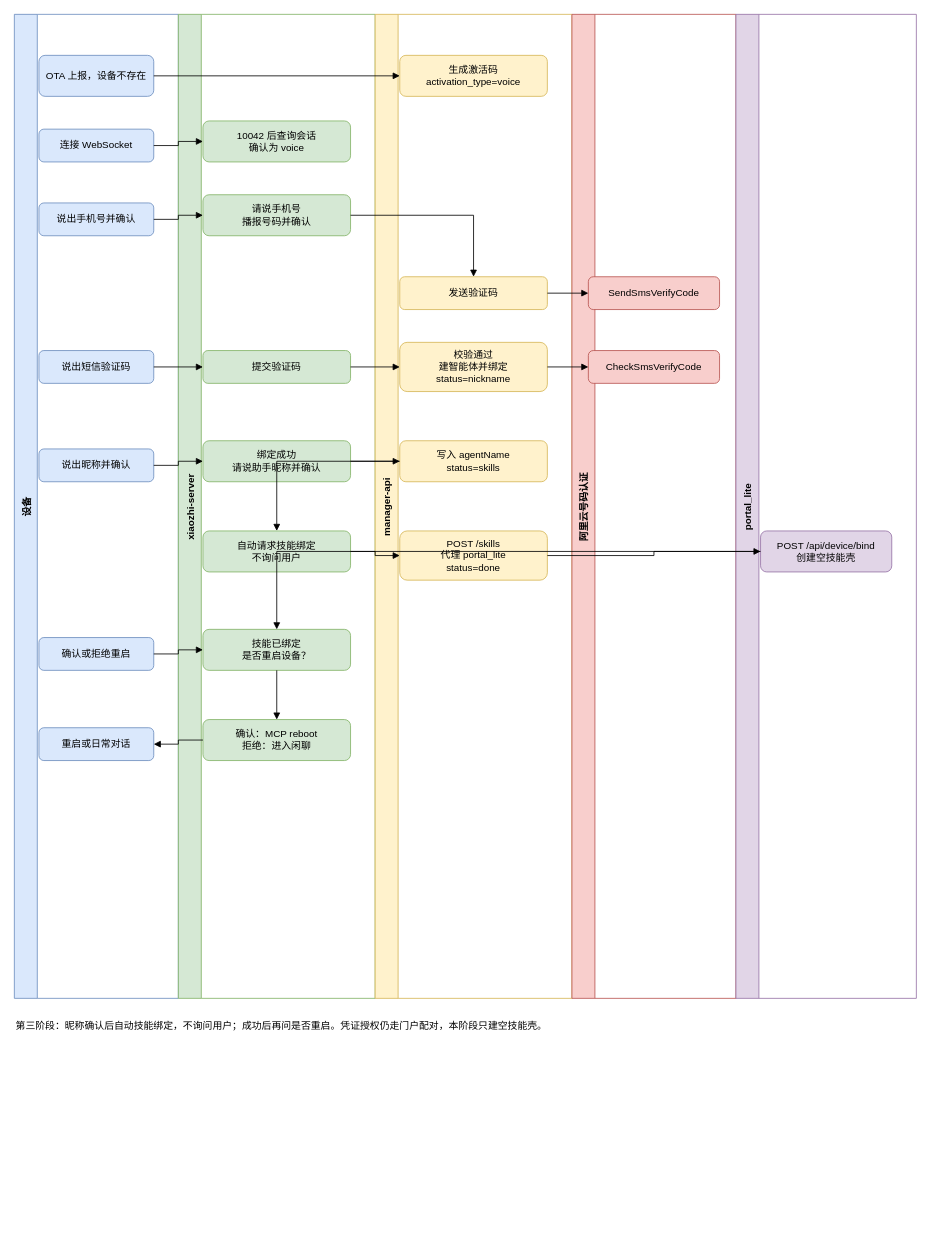
The draw.io diagram docs/architecture/voice-activation.drawio in ElvisWangTech/xiaozhi-esp32-server, before the edit. Source tidied: cells renumbered, new cells numbered last; positions are measured from the earlier drawing's top-left corner, leaving out a move shared by most shapes. Both pictures are drawn from the tidied source at 82%, with x=0, y=0 at pixel (14, 14).
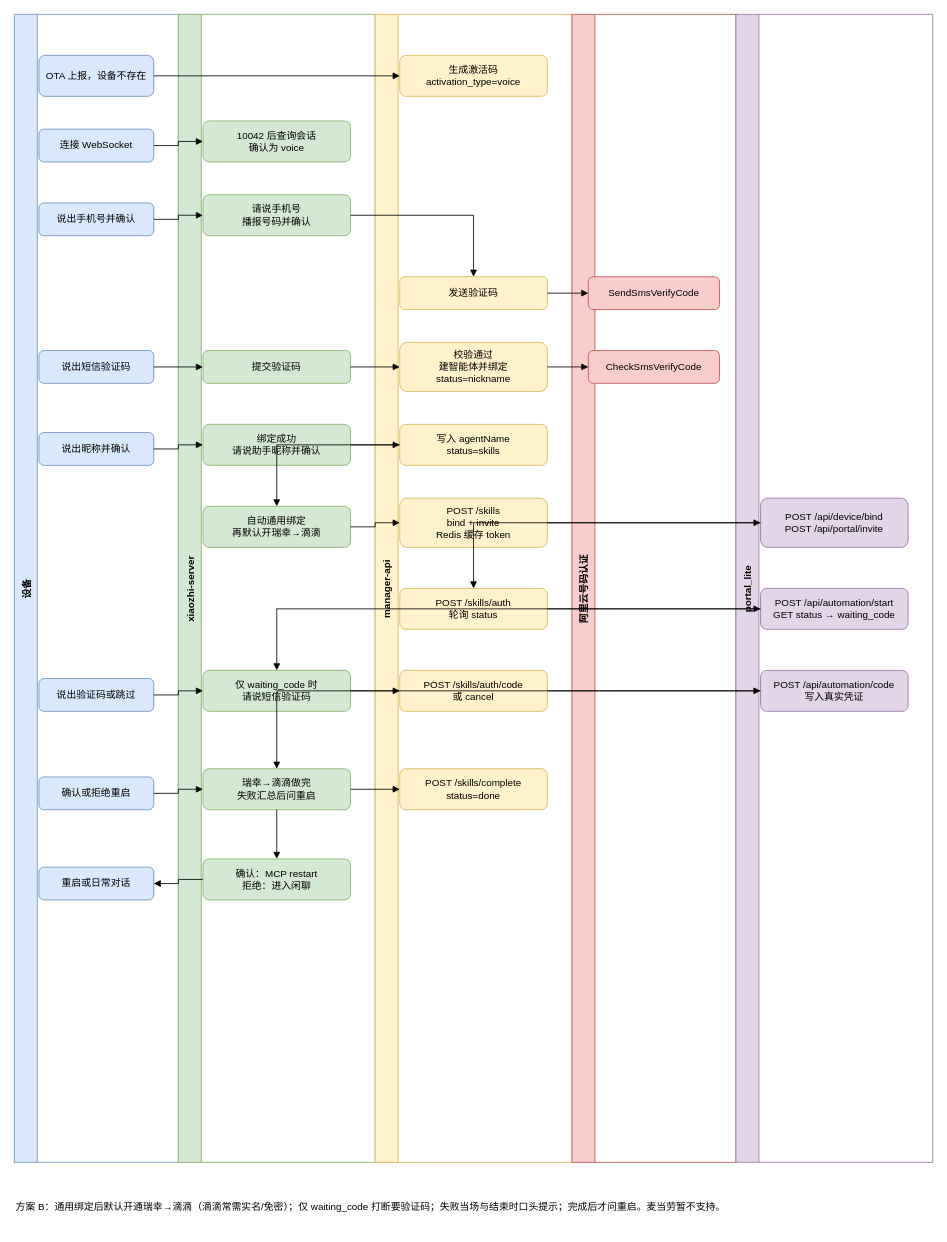
Above is the later version.

Diff of the diagram source:
```diff
@@
     <mxCell id="2" value="设备" style="swimlane;horizontal=0;startSize=28;fillColor=#dae8fc;strokeColor=#6c8ebf;fontStyle=1;" parent="1" vertex="1">
-      <mxGeometry width="200" height="1200" as="geometry" />
+      <mxGeometry width="200" height="1400" as="geometry" />
     </mxCell>
     <mxCell id="3" value="xiaozhi-server" style="swimlane;horizontal=0;startSize=28;fillColor=#d5e8d4;strokeColor=#82b366;fontStyle=1;" parent="1" vertex="1">
-      <mxGeometry x="200" width="240" height="1200" as="geometry" />
+      <mxGeometry x="200" width="240" height="1400" as="geometry" />
     </mxCell>
     <mxCell id="4" value="manager-api" style="swimlane;horizontal=0;startSize=28;fillColor=#fff2cc;strokeColor=#d6b656;fontStyle=1;" parent="1" vertex="1">
-      <mxGeometry x="440" width="240" height="1200" as="geometry" />
+      <mxGeometry x="440" width="240" height="1400" as="geometry" />
     </mxCell>
     <mxCell id="5" value="阿里云号码认证" style="swimlane;horizontal=0;startSize=28;fillColor=#f8cecc;strokeColor=#b85450;fontStyle=1;" parent="1" vertex="1">
-      <mxGeometry x="680" width="200" height="1200" as="geometry" />
+      <mxGeometry x="680" width="200" height="1400" as="geometry" />
     </mxCell>
     <mxCell id="6" value="portal_lite" style="swimlane;horizontal=0;startSize=28;fillColor=#e1d5e7;strokeColor=#9673a6;fontStyle=1;" parent="1" vertex="1">
-      <mxGeometry x="880" width="220" height="1200" as="geometry" />
+      <mxGeometry x="880" width="240" height="1400" as="geometry" />
     </mxCell>
@@
     <mxCell id="27" value="绑定成功&#10;请说助手昵称并确认" style="rounded=1;whiteSpace=wrap;html=1;fillColor=#d5e8d4;strokeColor=#82b366;" parent="3" vertex="1">
-      <mxGeometry x="30" y="520" width="180" height="50" as="geometry" />
+      <mxGeometry x="30" y="500" width="180" height="50" as="geometry" />
     </mxCell>
     <mxCell id="28" value="说出昵称并确认" style="rounded=1;whiteSpace=wrap;html=1;fillColor=#dae8fc;strokeColor=#6c8ebf;" parent="2" vertex="1">
-      <mxGeometry x="30" y="530" width="140" height="40" as="geometry" />
+      <mxGeometry x="30" y="510" width="140" height="40" as="geometry" />
     </mxCell>
     <mxCell id="29" value="写入 agentName&#10;status=skills" style="rounded=1;whiteSpace=wrap;html=1;fillColor=#fff2cc;strokeColor=#d6b656;" parent="4" vertex="1">
-      <mxGeometry x="30" y="520" width="180" height="50" as="geometry" />
+      <mxGeometry x="30" y="500" width="180" height="50" as="geometry" />
     </mxCell>
@@
-    <mxCell id="32" value="自动请求技能绑定&#10;不询问用户" style="rounded=1;whiteSpace=wrap;html=1;fillColor=#d5e8d4;strokeColor=#82b366;" parent="3" vertex="1">
-      <mxGeometry x="30" y="630" width="180" height="50" as="geometry" />
+    <mxCell id="32" value="自动通用绑定&#10;再默认开瑞幸→滴滴" style="rounded=1;whiteSpace=wrap;html=1;fillColor=#d5e8d4;strokeColor=#82b366;" parent="3" vertex="1">
+      <mxGeometry x="30" y="600" width="180" height="50" as="geometry" />
     </mxCell>
-    <mxCell id="33" value="POST /skills&#10;代理 portal_lite&#10;status=done" style="rounded=1;whiteSpace=wrap;html=1;fillColor=#fff2cc;strokeColor=#d6b656;" parent="4" vertex="1">
-      <mxGeometry x="30" y="630" width="180" height="60" as="geometry" />
+    <mxCell id="33" value="POST /skills&#10;bind + invite&#10;Redis 缓存 token" style="rounded=1;whiteSpace=wrap;html=1;fillColor=#fff2cc;strokeColor=#d6b656;" parent="4" vertex="1">
+      <mxGeometry x="30" y="590" width="180" height="60" as="geometry" />
     </mxCell>
-    <mxCell id="34" value="POST /api/device/bind&#10;创建空技能壳" style="rounded=1;whiteSpace=wrap;html=1;fillColor=#e1d5e7;strokeColor=#9673a6;" parent="6" vertex="1">
-      <mxGeometry x="30" y="630" width="160" height="50" as="geometry" />
+    <mxCell id="34" value="POST /api/device/bind&#10;POST /api/portal/invite" style="rounded=1;whiteSpace=wrap;html=1;fillColor=#e1d5e7;strokeColor=#9673a6;" parent="6" vertex="1">
+      <mxGeometry x="30" y="590" width="180" height="60" as="geometry" />
     </mxCell>
@@
+    <mxCell id="47" value="POST /skills/auth&#10;轮询 status" style="rounded=1;whiteSpace=wrap;html=1;fillColor=#fff2cc;strokeColor=#d6b656;" parent="4" vertex="1">
+      <mxGeometry x="30" y="700" width="180" height="50" as="geometry" />
+    </mxCell>
+    <mxCell id="48" value="POST /api/automation/start&#10;GET status → waiting_code" style="rounded=1;whiteSpace=wrap;html=1;fillColor=#e1d5e7;strokeColor=#9673a6;" parent="6" vertex="1">
+      <mxGeometry x="30" y="700" width="180" height="50" as="geometry" />
+    </mxCell>
+    <mxCell id="49" style="edgeStyle=orthogonalEdgeStyle;rounded=0;jettySize=auto;html=1;endArrow=block;" parent="1" edge="1" source="34" target="47">
+      <mxGeometry relative="1" as="geometry" />
+    </mxCell>
+    <mxCell id="50" style="edgeStyle=orthogonalEdgeStyle;rounded=0;jettySize=auto;html=1;endArrow=block;" parent="1" edge="1" source="47" target="48">
+      <mxGeometry relative="1" as="geometry" />
+    </mxCell>
+    <mxCell id="51" value="仅 waiting_code 时&#10;请说短信验证码" style="rounded=1;whiteSpace=wrap;html=1;fillColor=#d5e8d4;strokeColor=#82b366;" parent="3" vertex="1">
+      <mxGeometry x="30" y="800" width="180" height="50" as="geometry" />
+    </mxCell>
+    <mxCell id="52" value="说出验证码或跳过" style="rounded=1;whiteSpace=wrap;html=1;fillColor=#dae8fc;strokeColor=#6c8ebf;" parent="2" vertex="1">
+      <mxGeometry x="30" y="810" width="140" height="40" as="geometry" />
+    </mxCell>
+    <mxCell id="53" value="POST /skills/auth/code&#10;或 cancel" style="rounded=1;whiteSpace=wrap;html=1;fillColor=#fff2cc;strokeColor=#d6b656;" parent="4" vertex="1">
+      <mxGeometry x="30" y="800" width="180" height="50" as="geometry" />
+    </mxCell>
+    <mxCell id="54" value="POST /api/automation/code&#10;写入真实凭证" style="rounded=1;whiteSpace=wrap;html=1;fillColor=#e1d5e7;strokeColor=#9673a6;" parent="6" vertex="1">
+      <mxGeometry x="30" y="800" width="180" height="50" as="geometry" />
+    </mxCell>
+    <mxCell id="55" style="edgeStyle=orthogonalEdgeStyle;rounded=0;jettySize=auto;html=1;endArrow=block;" parent="1" edge="1" source="48" target="51">
+      <mxGeometry relative="1" as="geometry" />
+    </mxCell>
+    <mxCell id="56" style="edgeStyle=orthogonalEdgeStyle;rounded=0;jettySize=auto;html=1;endArrow=block;" parent="1" edge="1" source="52" target="51">
+      <mxGeometry relative="1" as="geometry" />
+    </mxCell>
+    <mxCell id="57" style="edgeStyle=orthogonalEdgeStyle;rounded=0;jettySize=auto;html=1;endArrow=block;" parent="1" edge="1" source="51" target="53">
+      <mxGeometry relative="1" as="geometry" />
+    </mxCell>
+    <mxCell id="58" style="edgeStyle=orthogonalEdgeStyle;rounded=0;jettySize=auto;html=1;endArrow=block;" parent="1" edge="1" source="53" target="54">
+      <mxGeometry relative="1" as="geometry" />
+    </mxCell>
-    <mxCell id="38" value="技能已绑定&#10;是否重启设备？" style="rounded=1;whiteSpace=wrap;html=1;fillColor=#d5e8d4;strokeColor=#82b366;" parent="3" vertex="1">
-      <mxGeometry x="30" y="750" width="180" height="50" as="geometry" />
+    <mxCell id="38" value="瑞幸→滴滴做完&#10;失败汇总后问重启" style="rounded=1;whiteSpace=wrap;html=1;fillColor=#d5e8d4;strokeColor=#82b366;" parent="3" vertex="1">
+      <mxGeometry x="30" y="920" width="180" height="50" as="geometry" />
     </mxCell>
     <mxCell id="39" value="确认或拒绝重启" style="rounded=1;whiteSpace=wrap;html=1;fillColor=#dae8fc;strokeColor=#6c8ebf;" parent="2" vertex="1">
-      <mxGeometry x="30" y="760" width="140" height="40" as="geometry" />
+      <mxGeometry x="30" y="930" width="140" height="40" as="geometry" />
     </mxCell>
+    <mxCell id="59" value="POST /skills/complete&#10;status=done" style="rounded=1;whiteSpace=wrap;html=1;fillColor=#fff2cc;strokeColor=#d6b656;" parent="4" vertex="1">
+      <mxGeometry x="30" y="920" width="180" height="50" as="geometry" />
+    </mxCell>
-    <mxCell id="40" style="edgeStyle=orthogonalEdgeStyle;rounded=0;jettySize=auto;html=1;endArrow=block;" parent="1" edge="1" source="34" target="38">
+    <mxCell id="40" style="edgeStyle=orthogonalEdgeStyle;rounded=0;jettySize=auto;html=1;endArrow=block;" parent="1" edge="1" source="54" target="38">
       <mxGeometry relative="1" as="geometry" />
     </mxCell>
+    <mxCell id="60" style="edgeStyle=orthogonalEdgeStyle;rounded=0;jettySize=auto;html=1;endArrow=block;" parent="1" edge="1" source="38" target="59">
+      <mxGeometry relative="1" as="geometry" />
+    </mxCell>
@@
-    <mxCell id="42" value="确认：MCP reboot&#10;拒绝：进入闲聊" style="rounded=1;whiteSpace=wrap;html=1;fillColor=#d5e8d4;strokeColor=#82b366;" parent="3" vertex="1">
-      <mxGeometry x="30" y="860" width="180" height="50" as="geometry" />
+    <mxCell id="42" value="确认：MCP restart&#10;拒绝：进入闲聊" style="rounded=1;whiteSpace=wrap;html=1;fillColor=#d5e8d4;strokeColor=#82b366;" parent="3" vertex="1">
+      <mxGeometry x="30" y="1030" width="180" height="50" as="geometry" />
     </mxCell>
     <mxCell id="43" value="重启或日常对话" style="rounded=1;whiteSpace=wrap;html=1;fillColor=#dae8fc;strokeColor=#6c8ebf;" parent="2" vertex="1">
-      <mxGeometry x="30" y="870" width="140" height="40" as="geometry" />
+      <mxGeometry x="30" y="1040" width="140" height="40" as="geometry" />
     </mxCell>
@@
-    <mxCell id="46" value="第三阶段：昵称确认后自动技能绑定，不询问用户；成功后再问是否重启。凭证授权仍走门户配对，本阶段只建空技能壳。" style="text;html=1;strokeColor=none;fillColor=none;align=left;verticalAlign=top;whiteSpace=wrap;rounded=0;" parent="1" vertex="1">
-      <mxGeometry y="1220" width="900" height="40" as="geometry" />
+    <mxCell id="46" value="方案 B：通用绑定后默认开通瑞幸→滴滴（滴滴常需实名/免密）；仅 waiting_code 打断要验证码；失败当场与结束时口头提示；完成后才问重启。麦当劳暂不支持。" style="text;html=1;strokeColor=none;fillColor=none;align=left;verticalAlign=top;whiteSpace=wrap;rounded=0;" parent="1" vertex="1">
+      <mxGeometry y="1440" width="1100" height="40" as="geometry" />
     </mxCell>
```
